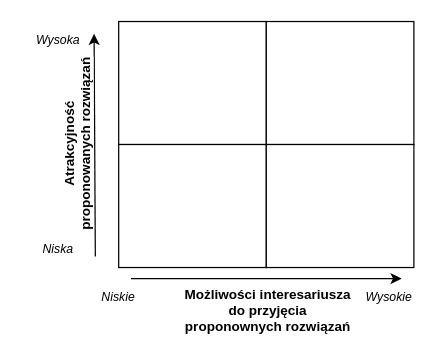
This is pomocnicze/robocze/MapaAtrakcyjnosc_Mozliwosci.drawio from JeanPaulSzefler/doktorat_git, a draw.io file, before an edit. Source tidied: cells renumbered, new cells numbered last; positions are measured from the earlier drawing's top-left corner, leaving out a move shared by most shapes. Both pictures are drawn from the tidied source at 123%, with x=0, y=0 at pixel (21, 21).
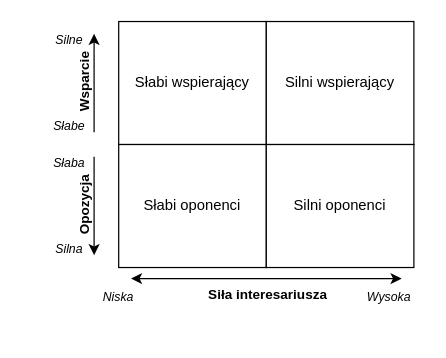
Above is the later version.

Commit message (it also covers changes not shown here):
1.5.2 rys *24 strategia wg mapy siła_zainteresowanie

Diff of the diagram source:
```diff
@@
-    <mxCell id="2" style="rounded=0;whiteSpace=wrap;html=1;" parent="1" vertex="1">
+    <mxCell id="2" value="Słabi wspierający" style="rounded=0;whiteSpace=wrap;html=1;" parent="1" vertex="1">
       <mxGeometry x="79" width="120" height="100" as="geometry" />
     </mxCell>
-    <mxCell id="3" style="rounded=0;whiteSpace=wrap;html=1;" parent="1" vertex="1">
+    <mxCell id="3" value="Silni wspierający" style="rounded=0;whiteSpace=wrap;html=1;" parent="1" vertex="1">
       <mxGeometry x="199" width="120" height="100" as="geometry" />
     </mxCell>
-    <mxCell id="4" style="rounded=0;whiteSpace=wrap;html=1;" parent="1" vertex="1">
+    <mxCell id="4" value="Słabi oponenci" style="rounded=0;whiteSpace=wrap;html=1;" parent="1" vertex="1">
       <mxGeometry x="79" y="100" width="120" height="100" as="geometry" />
     </mxCell>
-    <mxCell id="5" style="rounded=0;whiteSpace=wrap;html=1;" parent="1" vertex="1">
+    <mxCell id="5" value="Silni oponenci" style="rounded=0;whiteSpace=wrap;html=1;" parent="1" vertex="1">
       <mxGeometry x="199" y="100" width="120" height="100" as="geometry" />
     </mxCell>
-    <mxCell id="6" style="endArrow=classic;startArrow=none;html=1;rounded=0;startFill=0;" parent="1" edge="1">
+    <mxCell id="6" style="endArrow=classic;startArrow=classic;html=1;rounded=0;" parent="1" edge="1">
       <mxGeometry relative="1" as="geometry">
         <mxPoint x="89" y="209" as="sourcePoint" />
         <mxPoint x="309" y="209" as="targetPoint" />
       </mxGeometry>
     </mxCell>
-    <mxCell id="7" value="&lt;b&gt;Możliwości interesariusza &lt;br&gt;do przyjęcia &lt;br&gt;proponownych rozwiązań&lt;/b&gt;" style="edgeLabel;html=1;align=center;verticalAlign=top;spacing=2;" parent="6" vertex="1">
+    <mxCell id="7" value="&lt;b&gt;Siła interesariusza&lt;/b&gt;" style="edgeLabel;html=1;align=center;verticalAlign=top;spacing=2;" parent="6" vertex="1">
       <mxGeometry relative="1" as="geometry" />
     </mxCell>
     <mxCell id="8" style="endArrow=classic;html=1;rounded=0;" parent="1" edge="1">
       <mxGeometry relative="1" as="geometry">
-        <mxPoint x="60" y="191" as="sourcePoint" />
+        <mxPoint x="59" y="90" as="sourcePoint" />
         <mxPoint x="59" y="10" as="targetPoint" />
       </mxGeometry>
     </mxCell>
-    <mxCell id="9" value="&lt;b&gt;Atrakcyjność &lt;br&gt;proponowanych rozwiązań&lt;/b&gt;" style="edgeLabel;html=1;align=center;verticalAlign=bottom;horizontal=0;" parent="8" vertex="1">
+    <mxCell id="9" value="&lt;b&gt;Wsparcie&lt;/b&gt;" style="edgeLabel;html=1;align=center;verticalAlign=bottom;horizontal=0;" parent="8" vertex="1">
       <mxGeometry relative="1" as="geometry" />
     </mxCell>
+    <mxCell id="14" style="endArrow=none;html=1;rounded=0;startArrow=classic;startFill=1;endFill=0;" parent="1" edge="1">
+      <mxGeometry relative="1" as="geometry">
+        <mxPoint x="59" y="190" as="sourcePoint" />
+        <mxPoint x="59" y="110" as="targetPoint" />
+      </mxGeometry>
+    </mxCell>
+    <mxCell id="15" value="&lt;b&gt;Opozycja&lt;/b&gt;" style="edgeLabel;html=1;align=center;verticalAlign=bottom;horizontal=0;" parent="14" vertex="1">
+      <mxGeometry relative="1" as="geometry" />
+    </mxCell>
-    <mxCell id="10" value="&lt;i&gt;&lt;font style=&quot;font-size: 10px;&quot;&gt;Niskie&lt;/font&gt;&lt;/i&gt;" style="text;html=1;strokeColor=none;fillColor=none;align=center;verticalAlign=middle;whiteSpace=wrap;rounded=0;" parent="1" vertex="1">
+    <mxCell id="10" value="&lt;i&gt;&lt;font style=&quot;font-size: 10px;&quot;&gt;Niska&lt;/font&gt;&lt;/i&gt;" style="text;html=1;strokeColor=none;fillColor=none;align=center;verticalAlign=middle;whiteSpace=wrap;rounded=0;" parent="1" vertex="1">
       <mxGeometry x="49" y="209" width="60" height="30" as="geometry" />
     </mxCell>
-    <mxCell id="11" value="&lt;i&gt;&lt;font style=&quot;font-size: 10px;&quot;&gt;Wysokie&lt;/font&gt;&lt;/i&gt;" style="text;html=1;strokeColor=none;fillColor=none;align=center;verticalAlign=middle;whiteSpace=wrap;rounded=0;" parent="1" vertex="1">
+    <mxCell id="11" value="&lt;i&gt;&lt;font style=&quot;font-size: 10px;&quot;&gt;Wysoka&lt;/font&gt;&lt;/i&gt;" style="text;html=1;strokeColor=none;fillColor=none;align=center;verticalAlign=middle;whiteSpace=wrap;rounded=0;" parent="1" vertex="1">
       <mxGeometry x="269" y="209" width="60" height="30" as="geometry" />
     </mxCell>
-    <mxCell id="12" value="&lt;i&gt;&lt;font style=&quot;font-size: 10px;&quot;&gt;Niska&lt;/font&gt;&lt;/i&gt;" style="text;html=1;strokeColor=none;fillColor=none;align=center;verticalAlign=middle;whiteSpace=wrap;rounded=0;" parent="1" vertex="1">
-      <mxGeometry y="170" width="60" height="30" as="geometry" />
+    <mxCell id="12" value="&lt;i&gt;&lt;font style=&quot;font-size: 10px;&quot;&gt;Silna&lt;/font&gt;&lt;/i&gt;" style="text;html=1;strokeColor=none;fillColor=none;align=center;verticalAlign=middle;whiteSpace=wrap;rounded=0;" parent="1" vertex="1">
+      <mxGeometry x="9" y="170" width="60" height="30" as="geometry" />
     </mxCell>
+    <mxCell id="16" value="&lt;i&gt;&lt;font style=&quot;font-size: 10px;&quot;&gt;Słaba&lt;/font&gt;&lt;/i&gt;" style="text;html=1;strokeColor=none;fillColor=none;align=center;verticalAlign=middle;whiteSpace=wrap;rounded=0;" parent="1" vertex="1">
+      <mxGeometry x="9" y="100" width="60" height="30" as="geometry" />
+    </mxCell>
+    <mxCell id="17" value="&lt;i&gt;&lt;font style=&quot;font-size: 10px;&quot;&gt;Słabe&lt;/font&gt;&lt;/i&gt;" style="text;html=1;strokeColor=none;fillColor=none;align=center;verticalAlign=middle;whiteSpace=wrap;rounded=0;" parent="1" vertex="1">
+      <mxGeometry x="9" y="70" width="60" height="30" as="geometry" />
+    </mxCell>
-    <mxCell id="13" value="&lt;i&gt;&lt;font style=&quot;font-size: 10px;&quot;&gt;Wysoka&lt;/font&gt;&lt;/i&gt;" style="text;html=1;strokeColor=none;fillColor=none;align=center;verticalAlign=middle;whiteSpace=wrap;rounded=0;" parent="1" vertex="1">
-      <mxGeometry width="60" height="30" as="geometry" />
+    <mxCell id="13" value="&lt;i&gt;&lt;font style=&quot;font-size: 10px;&quot;&gt;Silne&lt;/font&gt;&lt;/i&gt;" style="text;html=1;strokeColor=none;fillColor=none;align=center;verticalAlign=middle;whiteSpace=wrap;rounded=0;" parent="1" vertex="1">
+      <mxGeometry x="9" width="60" height="30" as="geometry" />
     </mxCell>
```
